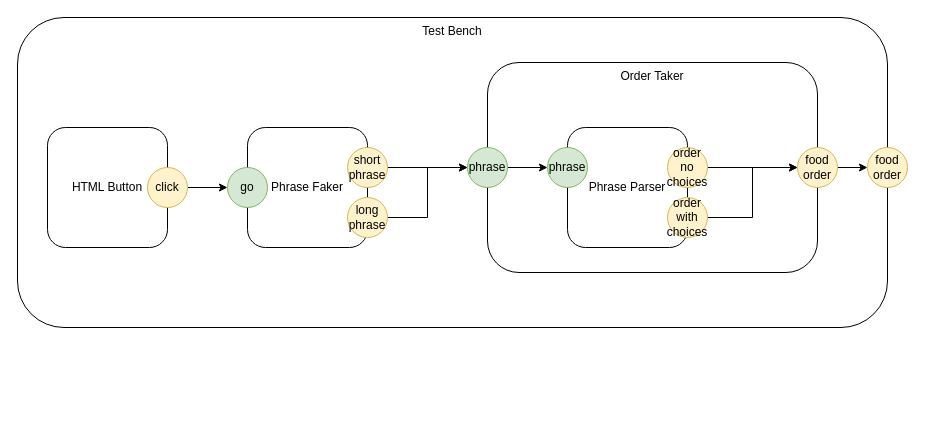
This is page "Test Bench" (3 of 3) of hamburgerworkbench0d.drawio from guitarvydas/hamburgerworkbench0d, a draw.io file, before an edit. Source tidied: cells renumbered, new cells numbered last; positions are measured from the earlier drawing's top-left corner, leaving out a move shared by most shapes. Both pictures are drawn from the tidied source at 100%, with x=0, y=0 at pixel (17, 17).
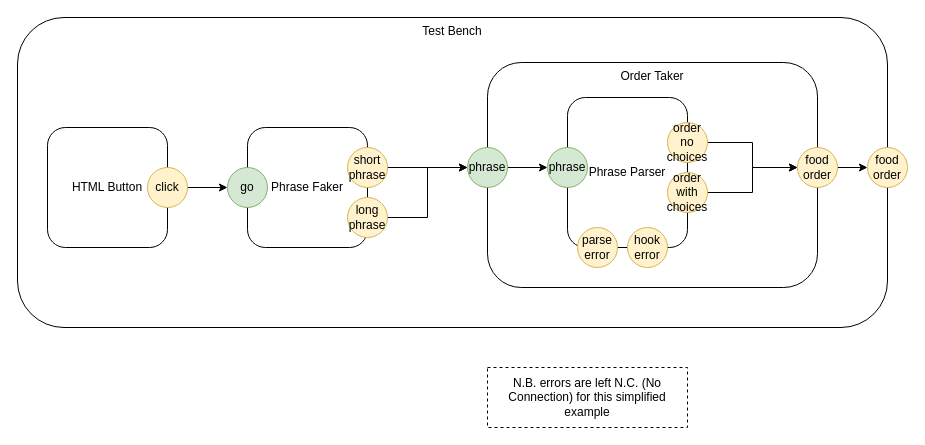
After the change.

Diff of the diagram source:
```diff
@@
     <mxCell id="3" value="Order Taker" style="rounded=1;whiteSpace=wrap;html=1;horizontal=1;verticalAlign=top;" parent="1" vertex="1">
-      <mxGeometry x="470" y="45" width="330" height="210" as="geometry" />
+      <mxGeometry x="470" y="45" width="330" height="225" as="geometry" />
     </mxCell>
     <mxCell id="4" value="Phrase Parser" style="rounded=1;whiteSpace=wrap;html=1;" parent="1" vertex="1">
-      <mxGeometry x="550" y="110" width="120" height="120" as="geometry" />
+      <mxGeometry x="550" y="80" width="120" height="150" as="geometry" />
     </mxCell>
@@
     <mxCell id="6" value="order no choices" style="ellipse;whiteSpace=wrap;html=1;fillColor=#fff2cc;strokeColor=#d6b656;" parent="1" vertex="1">
-      <mxGeometry x="650" y="130" width="40" height="40" as="geometry" />
+      <mxGeometry x="650" y="105" width="40" height="40" as="geometry" />
     </mxCell>
@@
     <mxCell id="13" value="order with choices" style="ellipse;whiteSpace=wrap;html=1;fillColor=#fff2cc;strokeColor=#d6b656;" parent="1" vertex="1">
-      <mxGeometry x="650" y="180" width="40" height="40" as="geometry" />
+      <mxGeometry x="650" y="155" width="40" height="40" as="geometry" />
     </mxCell>
@@
+    <mxCell id="24" value="parse error" style="ellipse;whiteSpace=wrap;html=1;fillColor=#fff2cc;strokeColor=#d6b656;" parent="1" vertex="1">
+      <mxGeometry x="560" y="210" width="40" height="40" as="geometry" />
+    </mxCell>
+    <mxCell id="25" value="hook error" style="ellipse;whiteSpace=wrap;html=1;fillColor=#fff2cc;strokeColor=#d6b656;" parent="1" vertex="1">
+      <mxGeometry x="610" y="210" width="40" height="40" as="geometry" />
+    </mxCell>
+    <mxCell id="26" value="N.B. errors are left N.C. (No Connection) for this simplified example" style="rounded=0;whiteSpace=wrap;html=1;dashed=1;" parent="1" vertex="1">
+      <mxGeometry x="470" y="350" width="200" height="60" as="geometry" />
+    </mxCell>
```
